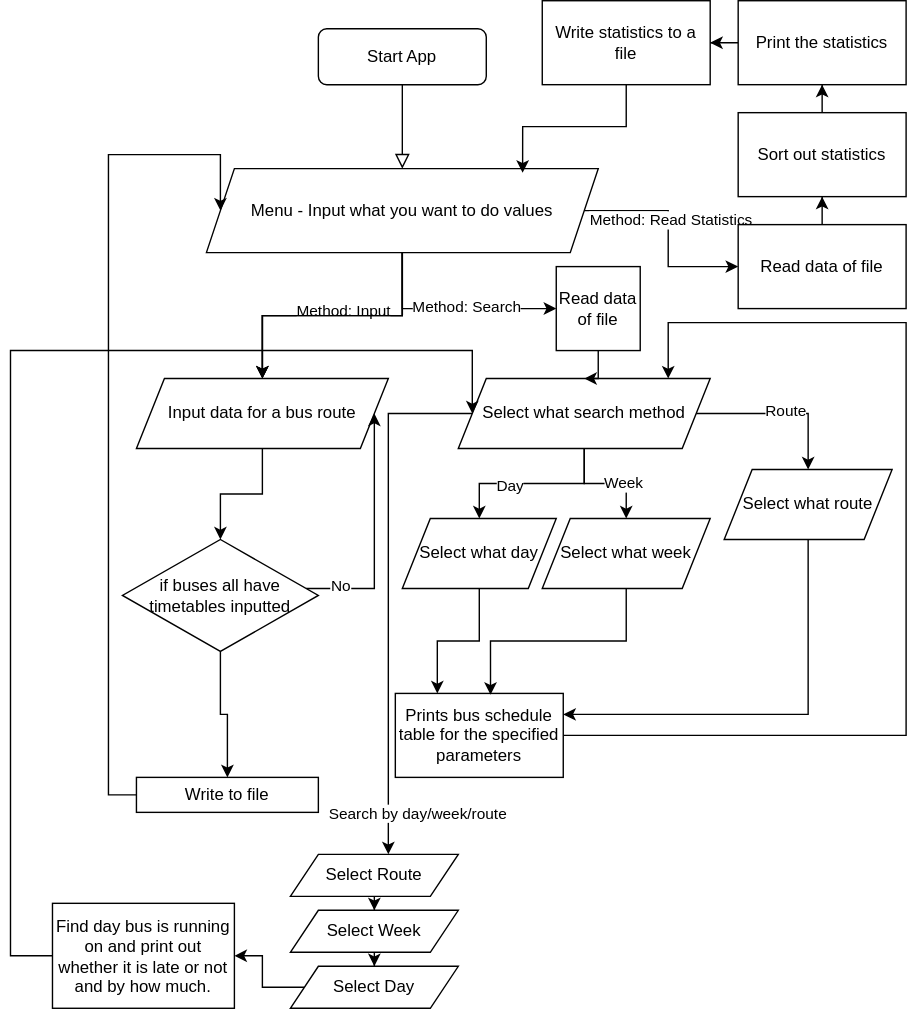
michaeldasheep/11CPS-Projects keeps this draw.io diagram as bus-planning-diagram.svg. Above is the earlier version. Source tidied: cells renumbered, new cells last; positions are measured from the earlier drawing's top-left corner, leaving out a move shared by most shapes. The source it was exported from:
```xml
<mxGraphModel>
  <root>
    <mxCell id="0" />
    <mxCell id="1" parent="0" />
    <mxCell id="2" style="rounded=0;html=1;jettySize=auto;fontSize=11;endArrow=block;endFill=0;endSize=8;strokeWidth=1;shadow=0;labelBackgroundColor=none;edgeStyle=orthogonalEdgeStyle;" parent="1" edge="1" source="3" target="12">
      <mxGeometry relative="1" as="geometry" />
    </mxCell>
    <mxCell id="3" value="Start App" style="rounded=1;whiteSpace=wrap;html=1;fontSize=12;glass=0;strokeWidth=1;shadow=0;" parent="1" vertex="1">
      <mxGeometry x="220" y="20" width="120" height="40" as="geometry" />
    </mxCell>
    <mxCell id="4" style="edgeStyle=orthogonalEdgeStyle;rounded=0;jettySize=auto;html=1;" parent="1" edge="1" source="12" target="14">
      <mxGeometry relative="1" as="geometry" />
    </mxCell>
    <mxCell id="5" value="Method: Input" style="edgeLabel;html=1;align=center;verticalAlign=middle;" parent="4" vertex="1">
      <mxGeometry x="-0.07" y="-4" relative="1" as="geometry" />
    </mxCell>
    <mxCell id="6" style="edgeStyle=orthogonalEdgeStyle;rounded=0;jettySize=auto;html=1;" parent="1" edge="1" source="12" target="14">
      <mxGeometry relative="1" as="geometry" />
    </mxCell>
    <mxCell id="7" style="edgeStyle=orthogonalEdgeStyle;rounded=0;jettySize=auto;html=1;" parent="1" edge="1" source="12" target="14">
      <mxGeometry relative="1" as="geometry" />
    </mxCell>
    <mxCell id="8" style="edgeStyle=orthogonalEdgeStyle;rounded=0;jettySize=auto;html=1;entryX=0;entryY=0.5;entryDx=0;entryDy=0;" parent="1" edge="1" source="12" target="49">
      <mxGeometry relative="1" as="geometry" />
    </mxCell>
    <mxCell id="9" value="Method: Search" style="edgeLabel;html=1;align=center;verticalAlign=middle;" parent="8" vertex="1">
      <mxGeometry x="0.14" y="2" relative="1" as="geometry" />
    </mxCell>
    <mxCell id="10" style="edgeStyle=orthogonalEdgeStyle;rounded=0;jettySize=auto;html=1;" parent="1" edge="1" source="12" target="47">
      <mxGeometry relative="1" as="geometry" />
    </mxCell>
    <mxCell id="11" value="Method: Read Statistics" style="edgeLabel;html=1;align=center;verticalAlign=middle;" parent="10" vertex="1">
      <mxGeometry x="-0.12" y="1" relative="1" as="geometry" />
    </mxCell>
    <mxCell id="12" value="Menu - Input what you want to do values" style="shape=parallelogram;perimeter=parallelogramPerimeter;whiteSpace=wrap;html=1;fixedSize=1;" parent="1" vertex="1">
      <mxGeometry x="140" y="120" width="280" height="60" as="geometry" />
    </mxCell>
    <mxCell id="13" style="edgeStyle=orthogonalEdgeStyle;rounded=0;jettySize=auto;html=1;" parent="1" edge="1" source="14" target="18">
      <mxGeometry relative="1" as="geometry" />
    </mxCell>
    <mxCell id="14" value="Input data for a bus route" style="shape=parallelogram;perimeter=parallelogramPerimeter;whiteSpace=wrap;html=1;fixedSize=1;" parent="1" vertex="1">
      <mxGeometry x="90" y="270" width="180" height="50" as="geometry" />
    </mxCell>
    <mxCell id="15" style="edgeStyle=orthogonalEdgeStyle;rounded=0;jettySize=auto;html=1;entryX=1;entryY=0.5;entryDx=0;entryDy=0;" parent="1" edge="1" source="18" target="14">
      <mxGeometry relative="1" as="geometry">
        <Array as="points">
          <mxPoint x="260" y="420" />
        </Array>
      </mxGeometry>
    </mxCell>
    <mxCell id="16" value="No" style="edgeLabel;html=1;align=center;verticalAlign=middle;" parent="15" vertex="1">
      <mxGeometry x="-0.73" y="3" relative="1" as="geometry" />
    </mxCell>
    <mxCell id="17" style="edgeStyle=orthogonalEdgeStyle;rounded=0;jettySize=auto;html=1;" parent="1" edge="1" source="18" target="20">
      <mxGeometry relative="1" as="geometry" />
    </mxCell>
    <mxCell id="18" value="if buses all have timetables inputted" style="rhombus;whiteSpace=wrap;html=1;" parent="1" vertex="1">
      <mxGeometry x="80" y="385" width="140" height="80" as="geometry" />
    </mxCell>
    <mxCell id="19" style="edgeStyle=orthogonalEdgeStyle;rounded=0;jettySize=auto;html=1;entryX=0;entryY=0.5;entryDx=0;entryDy=0;" parent="1" edge="1" source="20" target="12">
      <mxGeometry relative="1" as="geometry">
        <Array as="points">
          <mxPoint x="70" y="568" />
          <mxPoint x="70" y="110" />
          <mxPoint x="150" y="110" />
        </Array>
      </mxGeometry>
    </mxCell>
    <mxCell id="20" value="Write to file" style="whiteSpace=wrap;html=1;" parent="1" vertex="1">
      <mxGeometry x="90" y="555" width="130" height="25" as="geometry" />
    </mxCell>
    <mxCell id="21" style="edgeStyle=orthogonalEdgeStyle;rounded=0;jettySize=auto;html=1;" parent="1" edge="1" source="29" target="31">
      <mxGeometry relative="1" as="geometry" />
    </mxCell>
    <mxCell id="22" value="Day" style="edgeLabel;html=1;align=center;verticalAlign=middle;" parent="21" vertex="1">
      <mxGeometry x="0.26" y="1" relative="1" as="geometry" />
    </mxCell>
    <mxCell id="23" style="edgeStyle=orthogonalEdgeStyle;rounded=0;jettySize=auto;html=1;" parent="1" edge="1" source="29" target="35">
      <mxGeometry relative="1" as="geometry" />
    </mxCell>
    <mxCell id="24" value="Week" style="edgeLabel;html=1;align=center;verticalAlign=middle;" parent="23" vertex="1">
      <mxGeometry x="0.3" y="1" relative="1" as="geometry" />
    </mxCell>
    <mxCell id="25" style="edgeStyle=orthogonalEdgeStyle;rounded=0;jettySize=auto;html=1;" parent="1" edge="1" source="29" target="37">
      <mxGeometry relative="1" as="geometry" />
    </mxCell>
    <mxCell id="26" value="Route" style="edgeLabel;html=1;align=center;verticalAlign=middle;" parent="25" vertex="1">
      <mxGeometry x="0.05" y="3" relative="1" as="geometry" />
    </mxCell>
    <mxCell id="27" style="edgeStyle=orthogonalEdgeStyle;rounded=0;jettySize=auto;html=1;" parent="1" edge="1" source="29" target="39">
      <mxGeometry relative="1" as="geometry">
        <Array as="points">
          <mxPoint x="270" y="295" />
        </Array>
      </mxGeometry>
    </mxCell>
    <mxCell id="28" value="Search by day/week/route" style="edgeLabel;html=1;align=center;verticalAlign=middle;" parent="27" vertex="1">
      <mxGeometry x="-0.57" y="3" relative="1" as="geometry">
        <mxPoint x="17" y="265" as="offset" />
      </mxGeometry>
    </mxCell>
    <mxCell id="29" value="Select what search method" style="shape=parallelogram;perimeter=parallelogramPerimeter;whiteSpace=wrap;html=1;fixedSize=1;" parent="1" vertex="1">
      <mxGeometry x="320" y="270" width="180" height="50" as="geometry" />
    </mxCell>
    <mxCell id="30" style="edgeStyle=orthogonalEdgeStyle;rounded=0;jettySize=auto;html=1;entryX=0.25;entryY=0;entryDx=0;entryDy=0;" parent="1" edge="1" source="31" target="33">
      <mxGeometry relative="1" as="geometry" />
    </mxCell>
    <mxCell id="31" value="Select what day" style="shape=parallelogram;perimeter=parallelogramPerimeter;whiteSpace=wrap;html=1;fixedSize=1;" parent="1" vertex="1">
      <mxGeometry x="280" y="370" width="110" height="50" as="geometry" />
    </mxCell>
    <mxCell id="32" style="edgeStyle=orthogonalEdgeStyle;rounded=0;jettySize=auto;html=1;" parent="1" edge="1" source="33" target="29">
      <mxGeometry relative="1" as="geometry">
        <Array as="points">
          <mxPoint x="640" y="525" />
          <mxPoint x="640" y="230" />
          <mxPoint x="470" y="230" />
        </Array>
      </mxGeometry>
    </mxCell>
    <mxCell id="33" value="Prints bus schedule table for the specified parameters" style="whiteSpace=wrap;html=1;" parent="1" vertex="1">
      <mxGeometry x="275" y="495" width="120" height="60" as="geometry" />
    </mxCell>
    <mxCell id="34" style="edgeStyle=orthogonalEdgeStyle;rounded=0;jettySize=auto;html=1;entryX=0.567;entryY=0.017;entryDx=0;entryDy=0;entryPerimeter=0;" parent="1" edge="1" source="35" target="33">
      <mxGeometry relative="1" as="geometry" />
    </mxCell>
    <mxCell id="35" value="Select what week" style="shape=parallelogram;perimeter=parallelogramPerimeter;whiteSpace=wrap;html=1;fixedSize=1;" parent="1" vertex="1">
      <mxGeometry x="380" y="370" width="120" height="50" as="geometry" />
    </mxCell>
    <mxCell id="36" style="edgeStyle=orthogonalEdgeStyle;rounded=0;jettySize=auto;html=1;entryX=1;entryY=0.25;entryDx=0;entryDy=0;exitX=0.5;exitY=1;exitDx=0;exitDy=0;" parent="1" edge="1" source="37" target="33">
      <mxGeometry relative="1" as="geometry">
        <Array as="points">
          <mxPoint x="570" y="510" />
        </Array>
      </mxGeometry>
    </mxCell>
    <mxCell id="37" value="Select what route" style="shape=parallelogram;perimeter=parallelogramPerimeter;whiteSpace=wrap;html=1;fixedSize=1;" parent="1" vertex="1">
      <mxGeometry x="510" y="335" width="120" height="50" as="geometry" />
    </mxCell>
    <mxCell id="38" style="edgeStyle=orthogonalEdgeStyle;rounded=0;jettySize=auto;html=1;" parent="1" edge="1" source="39" target="41">
      <mxGeometry relative="1" as="geometry" />
    </mxCell>
    <mxCell id="39" value="Select Route" style="shape=parallelogram;perimeter=parallelogramPerimeter;whiteSpace=wrap;html=1;fixedSize=1;" parent="1" vertex="1">
      <mxGeometry x="200" y="610" width="120" height="30" as="geometry" />
    </mxCell>
    <mxCell id="40" style="edgeStyle=orthogonalEdgeStyle;rounded=0;jettySize=auto;html=1;" parent="1" edge="1" source="41" target="43">
      <mxGeometry relative="1" as="geometry" />
    </mxCell>
    <mxCell id="41" value="Select Week" style="shape=parallelogram;perimeter=parallelogramPerimeter;whiteSpace=wrap;html=1;fixedSize=1;" parent="1" vertex="1">
      <mxGeometry x="200" y="650" width="120" height="30" as="geometry" />
    </mxCell>
    <mxCell id="42" style="edgeStyle=orthogonalEdgeStyle;rounded=0;jettySize=auto;html=1;" parent="1" edge="1" source="43" target="45">
      <mxGeometry relative="1" as="geometry" />
    </mxCell>
    <mxCell id="43" value="Select Day" style="shape=parallelogram;perimeter=parallelogramPerimeter;whiteSpace=wrap;html=1;fixedSize=1;" parent="1" vertex="1">
      <mxGeometry x="200" y="690" width="120" height="30" as="geometry" />
    </mxCell>
    <mxCell id="44" style="edgeStyle=orthogonalEdgeStyle;rounded=0;jettySize=auto;html=1;entryX=0;entryY=0.5;entryDx=0;entryDy=0;" parent="1" edge="1" source="45" target="29">
      <mxGeometry relative="1" as="geometry">
        <Array as="points">
          <mxPoint y="683" />
          <mxPoint y="250" />
          <mxPoint x="330" y="250" />
        </Array>
      </mxGeometry>
    </mxCell>
    <mxCell id="45" value="Find day bus is running on and print out whether it is late or not and by how much." style="whiteSpace=wrap;html=1;" parent="1" vertex="1">
      <mxGeometry x="30" y="645" width="130" height="75" as="geometry" />
    </mxCell>
    <mxCell id="46" style="edgeStyle=orthogonalEdgeStyle;rounded=0;jettySize=auto;html=1;" parent="1" edge="1" source="47" target="51">
      <mxGeometry relative="1" as="geometry" />
    </mxCell>
    <mxCell id="47" value="Read data of file" style="whiteSpace=wrap;html=1;" parent="1" vertex="1">
      <mxGeometry x="520" y="160" width="120" height="60" as="geometry" />
    </mxCell>
    <mxCell id="48" style="edgeStyle=orthogonalEdgeStyle;rounded=0;jettySize=auto;html=1;entryX=0.5;entryY=0;entryDx=0;entryDy=0;" parent="1" edge="1" source="49" target="29">
      <mxGeometry relative="1" as="geometry" />
    </mxCell>
    <mxCell id="49" value="Read data of file" style="whiteSpace=wrap;html=1;" parent="1" vertex="1">
      <mxGeometry x="390" y="190" width="60" height="60" as="geometry" />
    </mxCell>
    <mxCell id="50" style="edgeStyle=orthogonalEdgeStyle;rounded=0;jettySize=auto;html=1;" parent="1" edge="1" source="51" target="53">
      <mxGeometry relative="1" as="geometry" />
    </mxCell>
    <mxCell id="51" value="Sort out statistics" style="whiteSpace=wrap;html=1;" parent="1" vertex="1">
      <mxGeometry x="520" y="80" width="120" height="60" as="geometry" />
    </mxCell>
    <mxCell id="52" style="edgeStyle=orthogonalEdgeStyle;rounded=0;jettySize=auto;html=1;" parent="1" edge="1" source="53" target="55">
      <mxGeometry relative="1" as="geometry" />
    </mxCell>
    <mxCell id="53" value="Print the statistics" style="whiteSpace=wrap;html=1;" parent="1" vertex="1">
      <mxGeometry x="520" width="120" height="60" as="geometry" />
    </mxCell>
    <mxCell id="54" style="edgeStyle=orthogonalEdgeStyle;rounded=0;jettySize=auto;html=1;entryX=0.807;entryY=0.05;entryDx=0;entryDy=0;entryPerimeter=0;" parent="1" edge="1" source="55" target="12">
      <mxGeometry relative="1" as="geometry" />
    </mxCell>
    <mxCell id="55" value="Write statistics to a file" style="whiteSpace=wrap;html=1;" parent="1" vertex="1">
      <mxGeometry x="380" width="120" height="60" as="geometry" />
    </mxCell>
  </root>
</mxGraphModel>
```
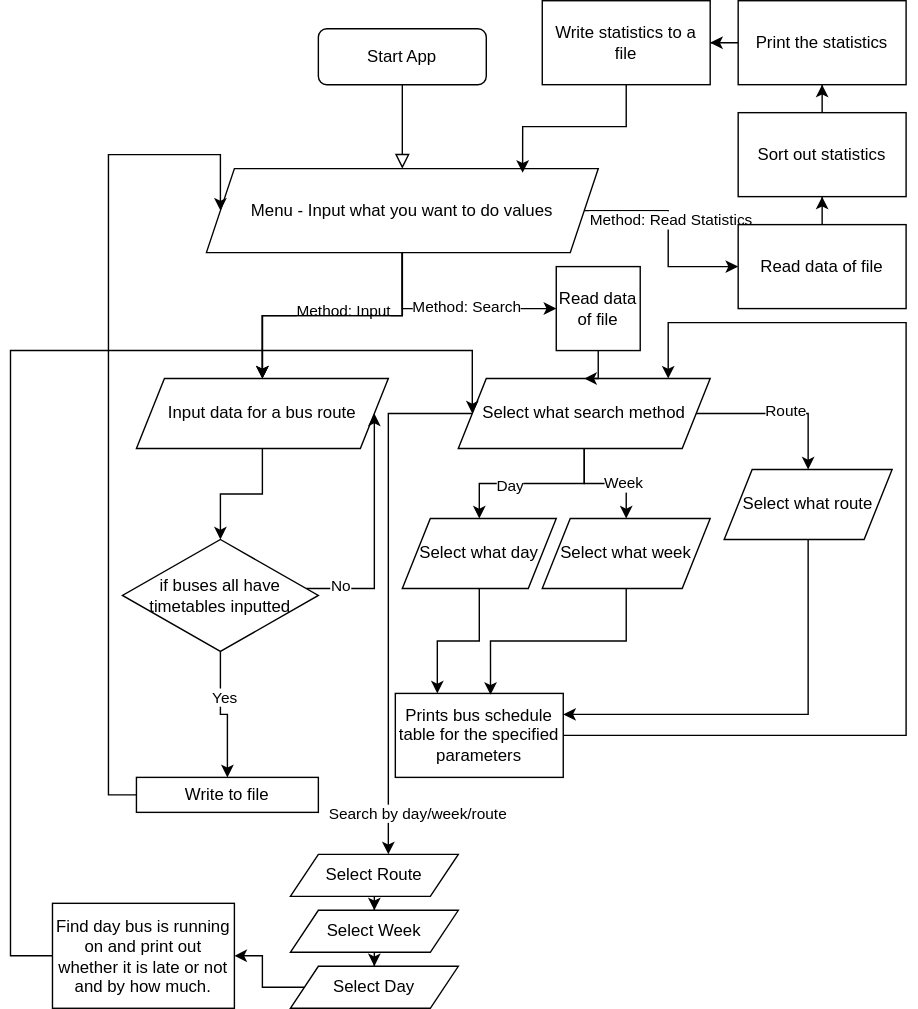
The same diagram one commit later.

Commit message:
updated bus planning diagram

Change to the diagram source:
```diff
@@ -54,6 +54,9 @@
     <mxCell id="17" style="edgeStyle=orthogonalEdgeStyle;rounded=0;jettySize=auto;html=1;" parent="1" edge="1" source="18" target="20">
       <mxGeometry relative="1" as="geometry" />
     </mxCell>
+    <mxCell id="56" value="Yes" style="edgeLabel;html=1;align=center;verticalAlign=middle;" parent="17" vertex="1">
+      <mxGeometry x="-0.33" y="2" relative="1" as="geometry" />
+    </mxCell>
     <mxCell id="18" value="if buses all have timetables inputted" style="rhombus;whiteSpace=wrap;html=1;" parent="1" vertex="1">
       <mxGeometry x="80" y="385" width="140" height="80" as="geometry" />
     </mxCell>
```
